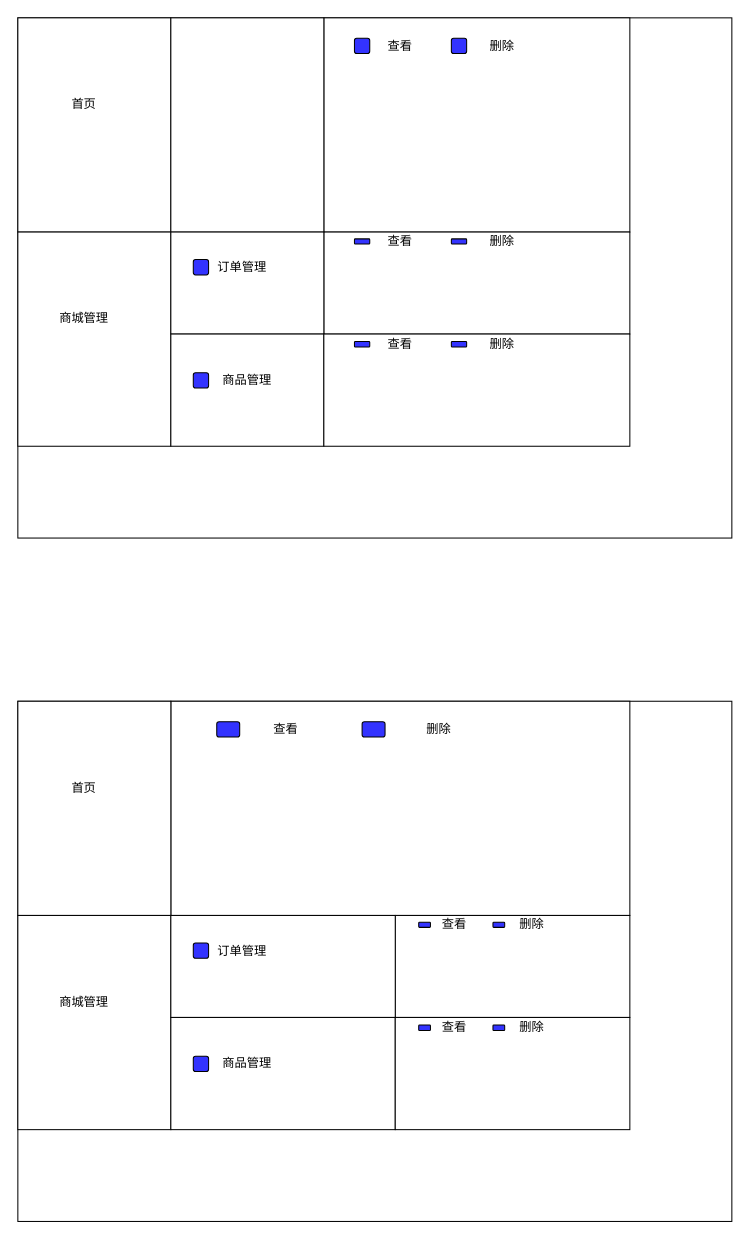
Earlier version of the draw.io diagram vuejs6/src/view_admin/home/oss_草稿图1.drawio (astmain/sys_back_vue). Source tidied: cells renumbered, new cells numbered last; positions are measured from the earlier drawing's top-left corner, leaving out a move shared by most shapes. Both pictures are drawn from the tidied source at 102%, with x=0, y=0 at pixel (17, 17).
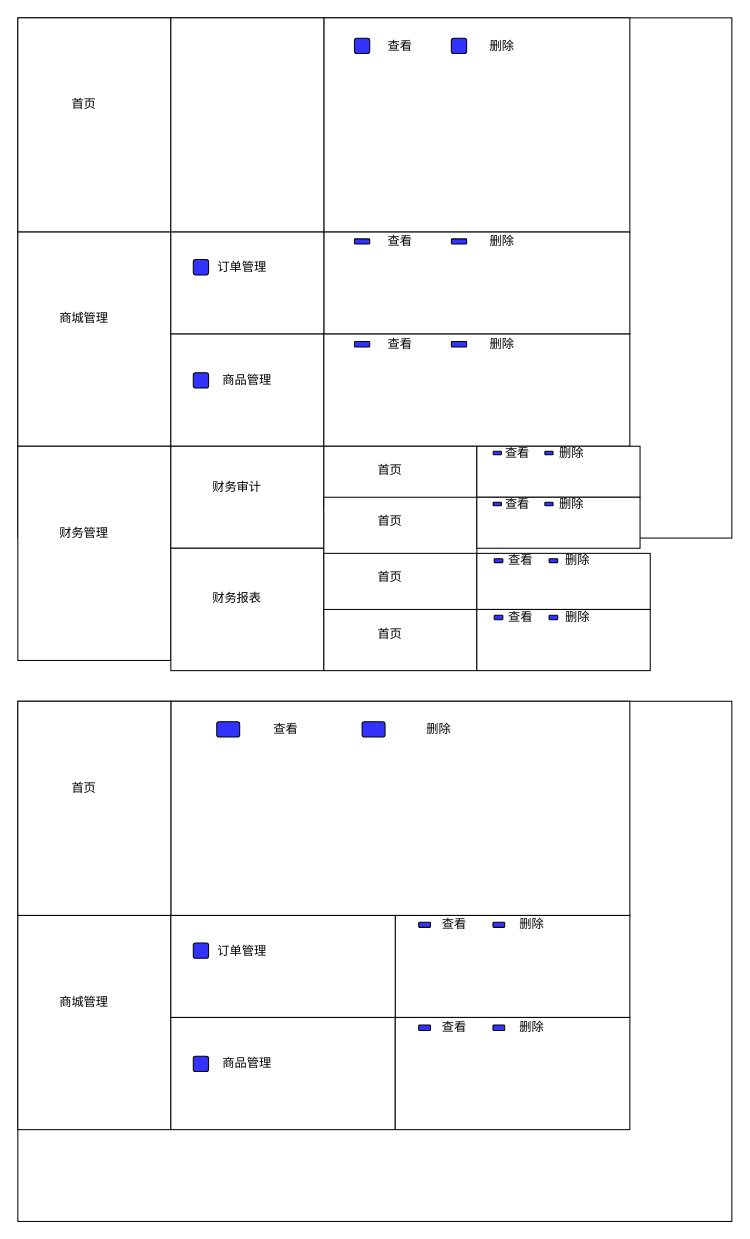
The same page after the edit.

The edit, as a diff of the source:
```diff
@@
+    <mxCell id="72" style="group;" parent="1" vertex="1">
+      <mxGeometry y="420" width="150" height="210" as="geometry" />
+    </mxCell>
+    <mxCell id="73" style="rounded=0;whiteSpace=wrap;html=1;" parent="72" vertex="1">
+      <mxGeometry width="150" height="210" as="geometry" />
+    </mxCell>
+    <mxCell id="74" value="财务管理" style="text;html=1;align=center;verticalAlign=middle;whiteSpace=wrap;rounded=0;" parent="72" vertex="1">
+      <mxGeometry x="35" y="70" width="60" height="30" as="geometry" />
+    </mxCell>
+    <mxCell id="75" style="group;" parent="1" vertex="1">
+      <mxGeometry x="150" y="420" width="150" height="100" as="geometry" />
+    </mxCell>
+    <mxCell id="76" style="rounded=0;whiteSpace=wrap;html=1;" parent="75" vertex="1">
+      <mxGeometry width="150" height="100" as="geometry" />
+    </mxCell>
+    <mxCell id="77" value="财务审计" style="text;html=1;align=center;verticalAlign=middle;whiteSpace=wrap;rounded=0;" parent="75" vertex="1">
+      <mxGeometry x="35" y="33.3" width="60" height="14.3" as="geometry" />
+    </mxCell>
+    <mxCell id="78" style="group;" parent="1" vertex="1">
+      <mxGeometry x="150" y="520" width="150" height="120" as="geometry" />
+    </mxCell>
+    <mxCell id="79" style="rounded=0;whiteSpace=wrap;html=1;" parent="78" vertex="1">
+      <mxGeometry width="150" height="120" as="geometry" />
+    </mxCell>
+    <mxCell id="80" value="财务报表" style="text;html=1;align=center;verticalAlign=middle;whiteSpace=wrap;rounded=0;" parent="78" vertex="1">
+      <mxGeometry x="35" y="40" width="60" height="17.1" as="geometry" />
+    </mxCell>
+    <mxCell id="81" style="group;" parent="1" vertex="1">
+      <mxGeometry x="300" y="420" width="150" height="60" as="geometry" />
+    </mxCell>
+    <mxCell id="82" style="rounded=0;whiteSpace=wrap;html=1;" parent="81" vertex="1">
+      <mxGeometry width="150" height="60" as="geometry" />
+    </mxCell>
+    <mxCell id="83" value="首页" style="text;html=1;align=center;verticalAlign=middle;whiteSpace=wrap;rounded=0;" parent="81" vertex="1">
+      <mxGeometry x="35" y="20" width="60" height="8.6" as="geometry" />
+    </mxCell>
+    <mxCell id="84" style="group;" parent="1" vertex="1">
+      <mxGeometry x="300" y="470" width="150" height="60" as="geometry" />
+    </mxCell>
+    <mxCell id="85" style="rounded=0;whiteSpace=wrap;html=1;" parent="84" vertex="1">
+      <mxGeometry width="150" height="60" as="geometry" />
+    </mxCell>
+    <mxCell id="86" value="首页" style="text;html=1;align=center;verticalAlign=middle;whiteSpace=wrap;rounded=0;" parent="84" vertex="1">
+      <mxGeometry x="35" y="20" width="60" height="8.6" as="geometry" />
+    </mxCell>
+    <mxCell id="87" style="group;" parent="1" vertex="1">
+      <mxGeometry x="300" y="525" width="150" height="60" as="geometry" />
+    </mxCell>
+    <mxCell id="88" style="rounded=0;whiteSpace=wrap;html=1;" parent="87" vertex="1">
+      <mxGeometry width="150" height="60" as="geometry" />
+    </mxCell>
+    <mxCell id="89" value="首页" style="text;html=1;align=center;verticalAlign=middle;whiteSpace=wrap;rounded=0;" parent="87" vertex="1">
+      <mxGeometry x="35" y="20" width="60" height="8.6" as="geometry" />
+    </mxCell>
+    <mxCell id="90" style="group;" parent="1" vertex="1">
+      <mxGeometry x="300" y="580" width="150" height="60" as="geometry" />
+    </mxCell>
+    <mxCell id="91" style="rounded=0;whiteSpace=wrap;html=1;" parent="90" vertex="1">
+      <mxGeometry width="150" height="60" as="geometry" />
+    </mxCell>
+    <mxCell id="92" value="首页" style="text;html=1;align=center;verticalAlign=middle;whiteSpace=wrap;rounded=0;" parent="90" vertex="1">
+      <mxGeometry x="35" y="20" width="60" height="8.6" as="geometry" />
+    </mxCell>
+    <mxCell id="93" style="group;" parent="1" vertex="1">
+      <mxGeometry x="450" y="420" width="160" height="50" as="geometry" />
+    </mxCell>
+    <mxCell id="94" style="rounded=0;whiteSpace=wrap;html=1;" parent="93" vertex="1">
+      <mxGeometry width="160" height="50" as="geometry" />
+    </mxCell>
+    <mxCell id="95" style="group;" parent="93" vertex="1">
+      <mxGeometry x="16" y="4.8" width="93.3" height="3.6" as="geometry" />
+    </mxCell>
+    <mxCell id="96" value="删除" style="text;html=1;align=center;verticalAlign=middle;whiteSpace=wrap;rounded=0;" parent="95" vertex="1">
+      <mxGeometry x="61.3" width="32" height="3.6" as="geometry" />
+    </mxCell>
+    <mxCell id="97" style="rounded=1;whiteSpace=wrap;html=1;fillColor=#3333FF;" parent="95" vertex="1">
+      <mxGeometry x="50.7" width="8" height="3.6" as="geometry" />
+    </mxCell>
+    <mxCell id="98" value="查看" style="text;html=1;align=center;verticalAlign=middle;whiteSpace=wrap;rounded=0;" parent="95" vertex="1">
+      <mxGeometry x="8" width="32" height="3.6" as="geometry" />
+    </mxCell>
+    <mxCell id="99" style="rounded=1;whiteSpace=wrap;html=1;fillColor=#3333FF;" parent="95" vertex="1">
+      <mxGeometry width="8" height="3.6" as="geometry" />
+    </mxCell>
+    <mxCell id="100" style="group;" parent="1" vertex="1">
+      <mxGeometry x="450" y="470" width="160" height="50" as="geometry" />
+    </mxCell>
+    <mxCell id="101" style="rounded=0;whiteSpace=wrap;html=1;" parent="100" vertex="1">
+      <mxGeometry width="160" height="50" as="geometry" />
+    </mxCell>
+    <mxCell id="102" style="group;" parent="100" vertex="1">
+      <mxGeometry x="16" y="4.8" width="93.3" height="3.6" as="geometry" />
+    </mxCell>
+    <mxCell id="103" value="删除" style="text;html=1;align=center;verticalAlign=middle;whiteSpace=wrap;rounded=0;" parent="102" vertex="1">
+      <mxGeometry x="61.3" width="32" height="3.6" as="geometry" />
+    </mxCell>
+    <mxCell id="104" style="rounded=1;whiteSpace=wrap;html=1;fillColor=#3333FF;" parent="102" vertex="1">
+      <mxGeometry x="50.7" width="8" height="3.6" as="geometry" />
+    </mxCell>
+    <mxCell id="105" value="查看" style="text;html=1;align=center;verticalAlign=middle;whiteSpace=wrap;rounded=0;" parent="102" vertex="1">
+      <mxGeometry x="8" width="32" height="3.6" as="geometry" />
+    </mxCell>
+    <mxCell id="106" style="rounded=1;whiteSpace=wrap;html=1;fillColor=#3333FF;" parent="102" vertex="1">
+      <mxGeometry width="8" height="3.6" as="geometry" />
+    </mxCell>
+    <mxCell id="107" style="group;" parent="1" vertex="1">
+      <mxGeometry x="450" y="525" width="170" height="55" as="geometry" />
+    </mxCell>
+    <mxCell id="108" style="rounded=0;whiteSpace=wrap;html=1;" parent="107" vertex="1">
+      <mxGeometry width="170" height="55" as="geometry" />
+    </mxCell>
+    <mxCell id="109" style="group;" parent="107" vertex="1">
+      <mxGeometry x="17" y="5.2" width="99.2" height="3.9" as="geometry" />
+    </mxCell>
+    <mxCell id="110" value="删除" style="text;html=1;align=center;verticalAlign=middle;whiteSpace=wrap;rounded=0;" parent="109" vertex="1">
+      <mxGeometry x="65.2" width="34" height="3.9" as="geometry" />
+    </mxCell>
+    <mxCell id="111" style="rounded=1;whiteSpace=wrap;html=1;fillColor=#3333FF;" parent="109" vertex="1">
+      <mxGeometry x="53.8" width="8.5" height="3.9" as="geometry" />
+    </mxCell>
+    <mxCell id="112" value="查看" style="text;html=1;align=center;verticalAlign=middle;whiteSpace=wrap;rounded=0;" parent="109" vertex="1">
+      <mxGeometry x="8.5" width="34" height="3.9" as="geometry" />
+    </mxCell>
+    <mxCell id="113" style="rounded=1;whiteSpace=wrap;html=1;fillColor=#3333FF;" parent="109" vertex="1">
+      <mxGeometry width="8.5" height="3.9" as="geometry" />
+    </mxCell>
+    <mxCell id="114" style="group;" parent="1" vertex="1">
+      <mxGeometry x="450" y="580" width="170" height="60" as="geometry" />
+    </mxCell>
+    <mxCell id="115" style="rounded=0;whiteSpace=wrap;html=1;" parent="114" vertex="1">
+      <mxGeometry width="170" height="60" as="geometry" />
+    </mxCell>
+    <mxCell id="116" style="group;" parent="114" vertex="1">
+      <mxGeometry x="17" y="5.7" width="99.2" height="4.3" as="geometry" />
+    </mxCell>
+    <mxCell id="117" value="删除" style="text;html=1;align=center;verticalAlign=middle;whiteSpace=wrap;rounded=0;" parent="116" vertex="1">
+      <mxGeometry x="65.2" width="34" height="4.3" as="geometry" />
+    </mxCell>
+    <mxCell id="118" style="rounded=1;whiteSpace=wrap;html=1;fillColor=#3333FF;" parent="116" vertex="1">
+      <mxGeometry x="53.8" width="8.5" height="4.3" as="geometry" />
+    </mxCell>
+    <mxCell id="119" value="查看" style="text;html=1;align=center;verticalAlign=middle;whiteSpace=wrap;rounded=0;" parent="116" vertex="1">
+      <mxGeometry x="8.5" width="34" height="4.3" as="geometry" />
+    </mxCell>
+    <mxCell id="120" style="rounded=1;whiteSpace=wrap;html=1;fillColor=#3333FF;" parent="116" vertex="1">
+      <mxGeometry width="8.5" height="4.3" as="geometry" />
+    </mxCell>
```
